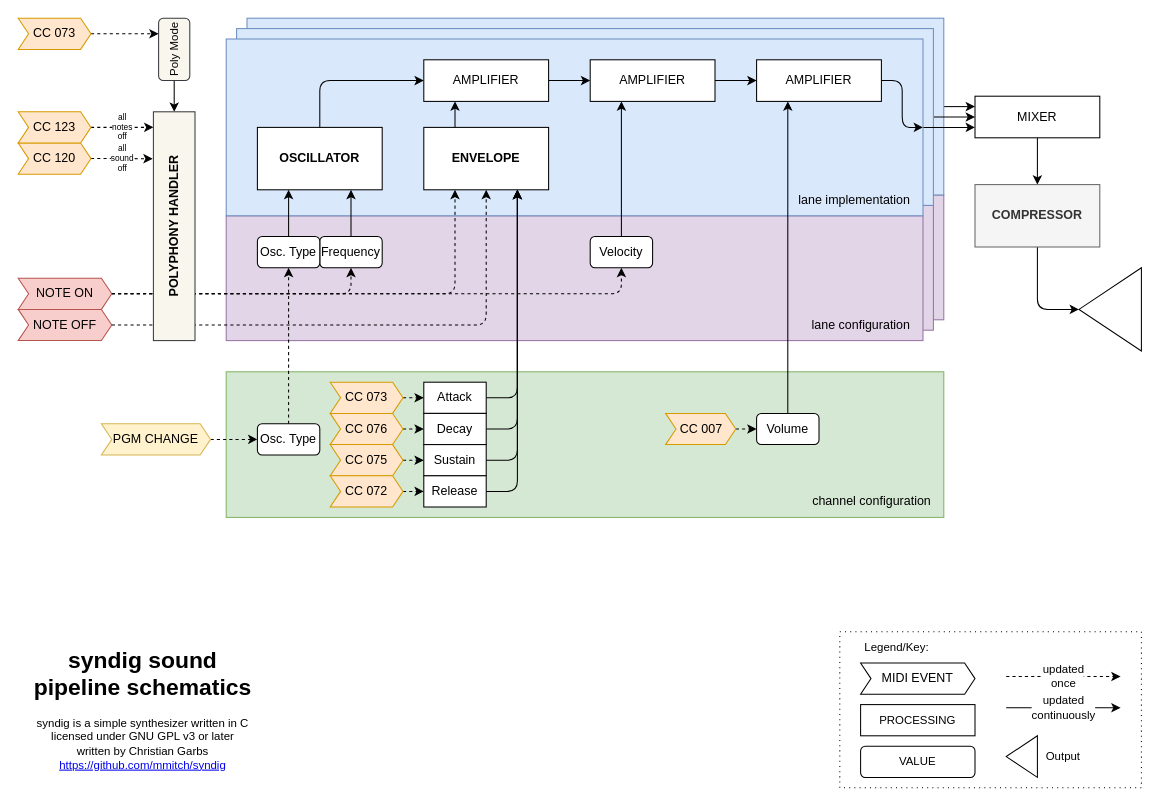
This is schematics/syndig sound pipeline schematics.drawio from mmitch/syndig, a draw.io file, before an edit. Source tidied: cells renumbered, new cells numbered last; positions are measured from the earlier drawing's top-left corner, leaving out a move shared by most shapes. Both pictures are drawn from the tidied source at 104%, with x=0, y=0 at pixel (18, 18).
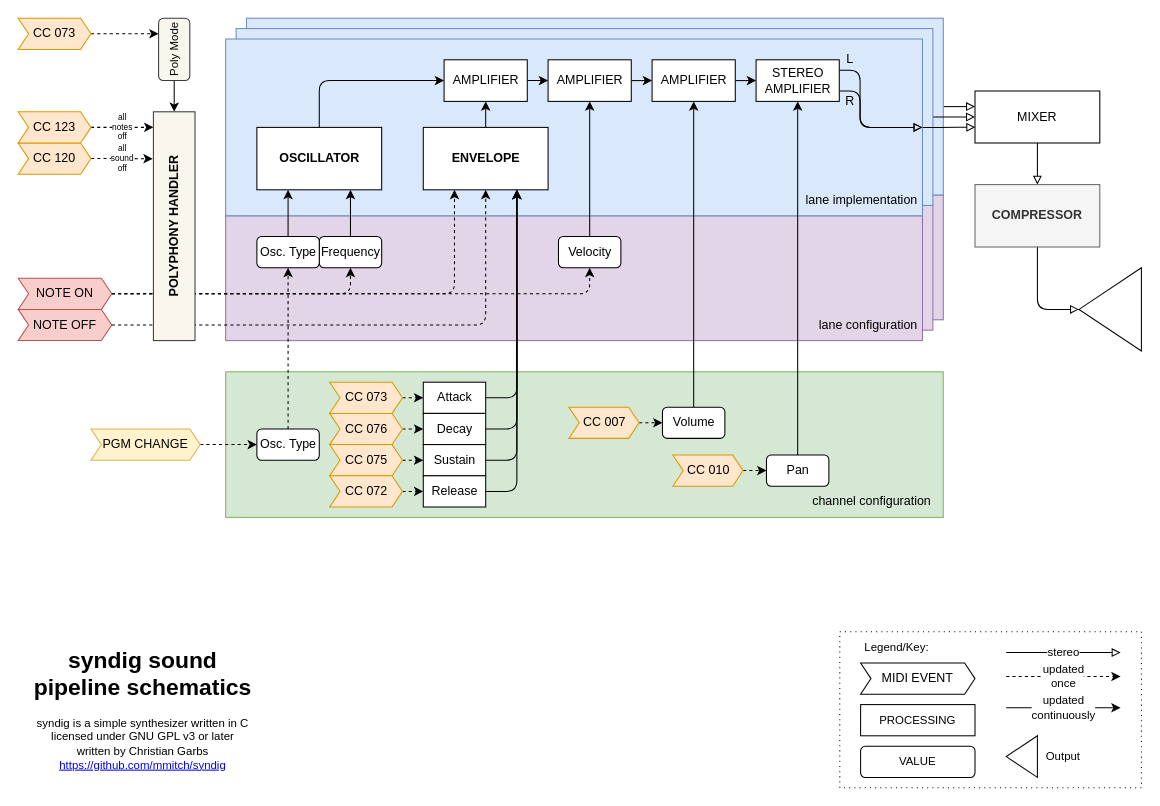
The same page after the edit.

Unchanged cells that the change refers to:
```xml
<mxCell id="68" value="COMPRESSOR" style="whiteSpace=wrap;html=1;fontStyle=1;fillColor=#f5f5f5;strokeColor=#666666;fontColor=#333333;" parent="1" vertex="1">
  <mxGeometry x="920" y="160" width="120" height="60" as="geometry" />
</mxCell>
<mxCell id="69" style="triangle;whiteSpace=wrap;html=1;rounded=0;glass=0;fontSize=8;flipH=1;" parent="1" vertex="1">
  <mxGeometry x="1020" y="240" width="60" height="80" as="geometry" />
</mxCell>
```

Change to the diagram source:
```diff
@@
     <mxCell id="3" style="whiteSpace=wrap;html=1;fontSize=16;fillColor=#e1d5e7;strokeColor=#9673a6;" parent="1" vertex="1">
-      <mxGeometry x="220" y="170" width="670" height="120" as="geometry" />
+      <mxGeometry x="219.5" y="170" width="670" height="120" as="geometry" />
     </mxCell>
     <mxCell id="4" style="whiteSpace=wrap;html=1;fontSize=16;fillColor=#e1d5e7;strokeColor=#9673a6;" parent="1" vertex="1">
-      <mxGeometry x="210" y="180" width="670" height="120" as="geometry" />
+      <mxGeometry x="209.5" y="180" width="670" height="120" as="geometry" />
     </mxCell>
     <mxCell id="5" style="whiteSpace=wrap;html=1;fontSize=16;fillColor=#e1d5e7;strokeColor=#9673a6;glass=0;" parent="1" vertex="1">
-      <mxGeometry x="200" y="190" width="670" height="120" as="geometry" />
+      <mxGeometry x="199.5" y="190" width="670" height="120" as="geometry" />
     </mxCell>
-    <mxCell id="6" style="edgeStyle=orthogonalEdgeStyle;jettySize=auto;html=1;exitX=1;exitY=0.5;exitDx=0;exitDy=0;entryX=0;entryY=0.25;entryDx=0;entryDy=0;" parent="1" edge="1" source="7" target="20">
+    <mxCell id="6" style="edgeStyle=orthogonalEdgeStyle;jettySize=auto;html=1;exitX=1;exitY=0.5;exitDx=0;exitDy=0;entryX=0;entryY=0.3;entryDx=0;entryDy=0;endArrow=block;endFill=0;entryPerimeter=0;" parent="1" edge="1" source="7" target="20">
       <mxGeometry relative="1" as="geometry" />
     </mxCell>
     <mxCell id="7" style="whiteSpace=wrap;html=1;fillColor=#dae8fc;strokeColor=#6c8ebf;" parent="1" vertex="1">
-      <mxGeometry x="220" width="670" height="170" as="geometry" />
+      <mxGeometry x="219.5" width="670" height="170" as="geometry" />
     </mxCell>
-    <mxCell id="8" style="edgeStyle=orthogonalEdgeStyle;jettySize=auto;html=1;exitX=1;exitY=0.5;exitDx=0;exitDy=0;" parent="1" edge="1" source="9" target="20">
+    <mxCell id="8" style="edgeStyle=orthogonalEdgeStyle;jettySize=auto;html=1;exitX=1;exitY=0.5;exitDx=0;exitDy=0;entryX=0;entryY=0.5;entryDx=0;entryDy=0;endArrow=block;endFill=0;" parent="1" edge="1" source="9" target="20">
       <mxGeometry relative="1" as="geometry" />
     </mxCell>
     <mxCell id="9" style="whiteSpace=wrap;html=1;fillColor=#dae8fc;strokeColor=#6c8ebf;" parent="1" vertex="1">
-      <mxGeometry x="210" y="10" width="670" height="170" as="geometry" />
+      <mxGeometry x="209.5" y="10" width="670" height="170" as="geometry" />
     </mxCell>
-    <mxCell id="10" style="edgeStyle=orthogonalEdgeStyle;jettySize=auto;html=1;exitX=1;exitY=0.5;exitDx=0;exitDy=0;entryX=0;entryY=0.75;entryDx=0;entryDy=0;" parent="1" edge="1" source="11" target="20">
+    <mxCell id="10" style="edgeStyle=orthogonalEdgeStyle;jettySize=auto;html=1;exitX=1;exitY=0.5;exitDx=0;exitDy=0;entryX=0.002;entryY=0.696;entryDx=0;entryDy=0;endArrow=block;endFill=0;entryPerimeter=0;" parent="1" edge="1" source="11" target="20">
       <mxGeometry relative="1" as="geometry" />
     </mxCell>
     <mxCell id="11" style="whiteSpace=wrap;html=1;fillColor=#dae8fc;strokeColor=#6c8ebf;" parent="1" vertex="1">
-      <mxGeometry x="200" y="20" width="670" height="170" as="geometry" />
+      <mxGeometry x="199.5" y="20" width="670" height="170" as="geometry" />
     </mxCell>
@@
     <mxCell id="13" value="OSCILLATOR" style="whiteSpace=wrap;html=1;fontStyle=1;" parent="1" vertex="1">
-      <mxGeometry x="230" y="105" width="120" height="60" as="geometry" />
+      <mxGeometry x="229.5" y="105" width="120" height="60" as="geometry" />
     </mxCell>
@@
-    <mxCell id="16" style="edgeStyle=orthogonalEdgeStyle;jettySize=auto;html=1;fontSize=16;entryX=0.25;entryY=1;entryDx=0;entryDy=0;exitX=0.25;exitY=0;exitDx=0;exitDy=0;" parent="1" edge="1" source="17" target="22">
+    <mxCell id="16" style="edgeStyle=orthogonalEdgeStyle;jettySize=auto;html=1;fontSize=16;entryX=0.5;entryY=1;entryDx=0;entryDy=0;exitX=0.5;exitY=0;exitDx=0;exitDy=0;" parent="1" edge="1" source="17" target="22">
       <mxGeometry relative="1" as="geometry" />
     </mxCell>
     <mxCell id="17" value="ENVELOPE" style="whiteSpace=wrap;html=1;fontStyle=1;" parent="1" vertex="1">
-      <mxGeometry x="390" y="105" width="120" height="60" as="geometry" />
+      <mxGeometry x="389.5" y="105" width="120" height="60" as="geometry" />
     </mxCell>
     <mxCell id="18" value="lane implementation" style="text;html=1;strokeColor=none;fillColor=none;align=right;verticalAlign=middle;whiteSpace=wrap;horizontal=1;" parent="1" vertex="1">
-      <mxGeometry x="690" y="160" width="170" height="30" as="geometry" />
+      <mxGeometry x="697" y="160" width="170" height="30" as="geometry" />
     </mxCell>
-    <mxCell id="19" style="edgeStyle=orthogonalEdgeStyle;rounded=0;jettySize=auto;html=1;fontSize=8;" parent="1" edge="1" source="20" target="68">
+    <mxCell id="19" style="edgeStyle=orthogonalEdgeStyle;rounded=0;jettySize=auto;html=1;fontSize=8;endArrow=block;endFill=0;" parent="1" edge="1" source="20" target="68">
       <mxGeometry relative="1" as="geometry" />
     </mxCell>
     <mxCell id="20" value="MIXER" style="whiteSpace=wrap;html=1;" parent="1" vertex="1">
-      <mxGeometry x="920" y="75" width="120" height="40" as="geometry" />
+      <mxGeometry x="920" y="70" width="120" height="50" as="geometry" />
     </mxCell>
@@
     <mxCell id="22" value="AMPLIFIER" style="whiteSpace=wrap;html=1;" parent="1" vertex="1">
-      <mxGeometry x="390" y="40" width="120" height="40" as="geometry" />
+      <mxGeometry x="409.5" y="40" width="80" height="40" as="geometry" />
     </mxCell>
@@
     <mxCell id="24" value="AMPLIFIER" style="whiteSpace=wrap;html=1;" parent="1" vertex="1">
-      <mxGeometry x="550" y="40" width="120" height="40" as="geometry" />
+      <mxGeometry x="509.5" y="40" width="80" height="40" as="geometry" />
     </mxCell>
     <mxCell id="25" style="whiteSpace=wrap;html=1;fontSize=16;fillColor=#d5e8d4;strokeColor=#82b366;" parent="1" vertex="1">
-      <mxGeometry x="200" y="340" width="690" height="140" as="geometry" />
+      <mxGeometry x="199.5" y="340" width="690" height="140" as="geometry" />
     </mxCell>
-    <mxCell id="26" style="edgeStyle=orthogonalEdgeStyle;jettySize=auto;html=1;exitX=0.5;exitY=0;exitDx=0;exitDy=0;entryX=0.25;entryY=1;entryDx=0;entryDy=0;fontSize=16;" parent="1" edge="1" source="27" target="33">
+    <mxCell id="26" style="edgeStyle=orthogonalEdgeStyle;jettySize=auto;html=1;exitX=0.5;exitY=0;exitDx=0;exitDy=0;entryX=0.5;entryY=1;entryDx=0;entryDy=0;fontSize=16;" parent="1" edge="1" source="27" target="33">
       <mxGeometry relative="1" as="geometry" />
     </mxCell>
     <mxCell id="27" value="Volume" style="whiteSpace=wrap;html=1;fontSize=12;glass=0;rounded=1;" parent="1" vertex="1">
-      <mxGeometry x="710" y="380" width="60" height="30" as="geometry" />
+      <mxGeometry x="619.5" y="374" width="60" height="30" as="geometry" />
     </mxCell>
-    <mxCell id="28" style="edgeStyle=orthogonalEdgeStyle;jettySize=auto;html=1;entryX=0.25;entryY=1;entryDx=0;entryDy=0;" parent="1" edge="1" source="29" target="24">
+    <mxCell id="28" style="edgeStyle=orthogonalEdgeStyle;jettySize=auto;html=1;entryX=0.5;entryY=1;entryDx=0;entryDy=0;" parent="1" edge="1" source="29" target="24">
       <mxGeometry relative="1" as="geometry" />
     </mxCell>
     <mxCell id="29" value="Velocity" style="whiteSpace=wrap;html=1;fontSize=12;rounded=1;" parent="1" vertex="1">
-      <mxGeometry x="550" y="210" width="60" height="30" as="geometry" />
+      <mxGeometry x="519.5" y="210" width="60" height="30" as="geometry" />
     </mxCell>
@@
     <mxCell id="31" value="Frequency" style="whiteSpace=wrap;html=1;fontSize=12;rounded=1;" parent="1" vertex="1">
-      <mxGeometry x="290" y="210" width="60" height="30" as="geometry" />
+      <mxGeometry x="289.5" y="210" width="60" height="30" as="geometry" />
     </mxCell>
-    <mxCell id="32" style="edgeStyle=orthogonalEdgeStyle;jettySize=auto;html=1;exitX=1;exitY=0.5;exitDx=0;exitDy=0;entryX=1;entryY=0.5;entryDx=0;entryDy=0;fontSize=12;" parent="1" edge="1" source="33" target="11">
+    <mxCell id="32" style="edgeStyle=orthogonalEdgeStyle;jettySize=auto;html=1;exitX=1;exitY=0.5;exitDx=0;exitDy=0;entryX=0;entryY=0.5;entryDx=0;entryDy=0;fontSize=12;" parent="1" edge="1" source="33" target="92">
       <mxGeometry relative="1" as="geometry" />
     </mxCell>
     <mxCell id="33" value="AMPLIFIER" style="whiteSpace=wrap;html=1;" parent="1" vertex="1">
-      <mxGeometry x="710" y="40" width="120" height="40" as="geometry" />
+      <mxGeometry x="609.5" y="40" width="80" height="40" as="geometry" />
     </mxCell>
@@
     <mxCell id="35" value="Osc. Type" style="whiteSpace=wrap;html=1;fontSize=12;glass=0;rounded=1;" parent="1" vertex="1">
-      <mxGeometry x="230" y="210" width="60" height="30" as="geometry" />
+      <mxGeometry x="229.5" y="210" width="60" height="30" as="geometry" />
     </mxCell>
@@
     <mxCell id="37" value="Osc. Type" style="whiteSpace=wrap;html=1;fontSize=12;glass=0;rounded=1;" parent="1" vertex="1">
-      <mxGeometry x="230" y="390" width="60" height="30" as="geometry" />
+      <mxGeometry x="229.5" y="395" width="60" height="30" as="geometry" />
     </mxCell>
@@
-    <mxCell id="39" style="edgeStyle=orthogonalEdgeStyle;jettySize=auto;html=1;exitX=1;exitY=0.5;exitDx=0;exitDy=0;dashed=1;" parent="1" edge="1" source="40">
-      <mxGeometry relative="1" as="geometry">
-        <mxPoint x="710" y="395" as="targetPoint" />
-      </mxGeometry>
-    </mxCell>
+    <mxCell id="85" style="edgeStyle=orthogonalEdgeStyle;rounded=1;jettySize=auto;html=1;exitX=1;exitY=0.5;exitDx=0;exitDy=0;entryX=0;entryY=0.5;entryDx=0;entryDy=0;endArrow=classic;endFill=1;dashed=1;" parent="1" edge="1" source="40" target="27">
+      <mxGeometry relative="1" as="geometry" />
+    </mxCell>
     <mxCell id="40" value="CC 007" style="shape=step;perimeter=stepPerimeter;whiteSpace=wrap;html=1;fixedSize=1;size=10;fillColor=#ffe6cc;strokeColor=#d79b00;" parent="1" vertex="1">
-      <mxGeometry x="622.5" y="380" width="67.5" height="30" as="geometry" />
+      <mxGeometry x="529.5" y="374" width="67.5" height="30" as="geometry" />
     </mxCell>
@@
     <mxCell id="42" value="PGM CHANGE" style="shape=step;perimeter=stepPerimeter;whiteSpace=wrap;html=1;fixedSize=1;size=10;fillColor=#fff2cc;strokeColor=#d6b656;" parent="1" vertex="1">
-      <mxGeometry x="80" y="390" width="105" height="30" as="geometry" />
+      <mxGeometry x="70" y="395" width="105" height="30" as="geometry" />
     </mxCell>
@@
     <mxCell id="44" value="Attack" style="whiteSpace=wrap;html=1;fontSize=12;" parent="1" vertex="1">
-      <mxGeometry x="390" y="350" width="60" height="30" as="geometry" />
+      <mxGeometry x="389.5" y="350" width="60" height="30" as="geometry" />
     </mxCell>
@@
     <mxCell id="46" value="Decay" style="whiteSpace=wrap;html=1;fontSize=12;" parent="1" vertex="1">
-      <mxGeometry x="390" y="380" width="60" height="30" as="geometry" />
+      <mxGeometry x="389.5" y="380" width="60" height="30" as="geometry" />
     </mxCell>
@@
     <mxCell id="48" value="Sustain" style="whiteSpace=wrap;html=1;fontSize=12;" parent="1" vertex="1">
-      <mxGeometry x="390" y="410" width="60" height="30" as="geometry" />
+      <mxGeometry x="389.5" y="410" width="60" height="30" as="geometry" />
     </mxCell>
@@
     <mxCell id="50" value="Release" style="whiteSpace=wrap;html=1;fontSize=12;" parent="1" vertex="1">
-      <mxGeometry x="390" y="440" width="60" height="30" as="geometry" />
+      <mxGeometry x="389.5" y="440" width="60" height="30" as="geometry" />
     </mxCell>
@@
     <mxCell id="52" value="CC 073" style="shape=step;perimeter=stepPerimeter;whiteSpace=wrap;html=1;fixedSize=1;size=10;fillColor=#ffe6cc;strokeColor=#d79b00;" parent="1" vertex="1">
-      <mxGeometry x="300" y="350" width="70" height="30" as="geometry" />
+      <mxGeometry x="299.5" y="350" width="70" height="30" as="geometry" />
     </mxCell>
@@
     <mxCell id="54" value="CC 076" style="shape=step;perimeter=stepPerimeter;whiteSpace=wrap;html=1;fixedSize=1;size=10;fillColor=#ffe6cc;strokeColor=#d79b00;" parent="1" vertex="1">
-      <mxGeometry x="300" y="380" width="70" height="30" as="geometry" />
+      <mxGeometry x="299.5" y="380" width="70" height="30" as="geometry" />
     </mxCell>
@@
     <mxCell id="56" value="CC 075" style="shape=step;perimeter=stepPerimeter;whiteSpace=wrap;html=1;fixedSize=1;size=10;fillColor=#ffe6cc;strokeColor=#d79b00;" parent="1" vertex="1">
-      <mxGeometry x="300" y="410" width="70" height="30" as="geometry" />
+      <mxGeometry x="299.5" y="410" width="70" height="30" as="geometry" />
     </mxCell>
@@
     <mxCell id="58" value="CC 072" style="shape=step;perimeter=stepPerimeter;whiteSpace=wrap;html=1;fixedSize=1;size=10;fillColor=#ffe6cc;strokeColor=#d79b00;" parent="1" vertex="1">
-      <mxGeometry x="300" y="440" width="70" height="30" as="geometry" />
+      <mxGeometry x="299.5" y="440" width="70" height="30" as="geometry" />
     </mxCell>
@@
-    <mxCell id="67" style="edgeStyle=orthogonalEdgeStyle;jettySize=auto;html=1;exitX=0.5;exitY=1;exitDx=0;exitDy=0;entryX=0;entryY=0.5;entryDx=0;entryDy=0;fontSize=8;rounded=1;" parent="1" edge="1" source="68" target="69">
+    <mxCell id="67" style="edgeStyle=orthogonalEdgeStyle;jettySize=auto;html=1;exitX=0.5;exitY=1;exitDx=0;exitDy=0;entryX=0;entryY=0.5;entryDx=0;entryDy=0;fontSize=8;rounded=1;endArrow=block;endFill=0;" parent="1" edge="1" source="68" target="69">
       <mxGeometry relative="1" as="geometry" />
     </mxCell>
@@
     <mxCell id="74" value="lane configuration" style="text;html=1;strokeColor=none;fillColor=none;align=right;verticalAlign=middle;whiteSpace=wrap;horizontal=1;shadow=0;labelBorderColor=none;" parent="1" vertex="1">
-      <mxGeometry x="710" y="280" width="150" height="30" as="geometry" />
+      <mxGeometry x="717" y="280" width="150" height="30" as="geometry" />
     </mxCell>
     <mxCell id="75" value="channel configuration" style="text;html=1;strokeColor=none;fillColor=none;align=right;verticalAlign=middle;whiteSpace=wrap;horizontal=1;" parent="1" vertex="1">
-      <mxGeometry x="740" y="450" width="140" height="30" as="geometry" />
+      <mxGeometry x="739.5" y="450" width="140" height="30" as="geometry" />
     </mxCell>
@@
+    <mxCell id="86" style="edgeStyle=orthogonalEdgeStyle;rounded=1;jettySize=auto;html=1;exitX=0.5;exitY=0;exitDx=0;exitDy=0;entryX=0.5;entryY=1;entryDx=0;entryDy=0;endArrow=classic;endFill=1;" parent="1" edge="1" source="87" target="92">
+      <mxGeometry relative="1" as="geometry" />
+    </mxCell>
+    <mxCell id="87" value="Pan" style="whiteSpace=wrap;html=1;fontSize=12;glass=0;rounded=1;" parent="1" vertex="1">
+      <mxGeometry x="719.5" y="420" width="60" height="30" as="geometry" />
+    </mxCell>
+    <mxCell id="88" style="edgeStyle=orthogonalEdgeStyle;jettySize=auto;html=1;exitX=1;exitY=0.5;exitDx=0;exitDy=0;dashed=1;entryX=0;entryY=0.5;entryDx=0;entryDy=0;" parent="1" edge="1" source="89" target="87">
+      <mxGeometry relative="1" as="geometry" />
+    </mxCell>
+    <mxCell id="89" value="CC 010" style="shape=step;perimeter=stepPerimeter;whiteSpace=wrap;html=1;fixedSize=1;size=10;fillColor=#ffe6cc;strokeColor=#d79b00;" parent="1" vertex="1">
+      <mxGeometry x="629.5" y="420" width="67.5" height="30" as="geometry" />
+    </mxCell>
+    <mxCell id="90" style="edgeStyle=orthogonalEdgeStyle;rounded=1;jettySize=auto;html=1;exitX=1;exitY=0.75;exitDx=0;exitDy=0;entryX=1;entryY=0.5;entryDx=0;entryDy=0;endArrow=block;endFill=0;" parent="1" edge="1" source="92" target="11">
+      <mxGeometry relative="1" as="geometry" />
+    </mxCell>
+    <mxCell id="91" style="edgeStyle=orthogonalEdgeStyle;rounded=1;jettySize=auto;html=1;exitX=1;exitY=0.25;exitDx=0;exitDy=0;entryX=1;entryY=0.5;entryDx=0;entryDy=0;endArrow=block;endFill=0;" parent="1" edge="1" source="92" target="11">
+      <mxGeometry relative="1" as="geometry" />
+    </mxCell>
+    <mxCell id="92" value="STEREO AMPLIFIER" style="whiteSpace=wrap;html=1;" parent="1" vertex="1">
+      <mxGeometry x="709.5" y="40" width="80" height="40" as="geometry" />
+    </mxCell>
+    <mxCell id="93" value="stereo" style="edgeStyle=orthogonalEdgeStyle;rounded=1;orthogonalLoop=1;jettySize=auto;html=1;fontSize=11;fontStyle=0;sketch=0;endArrow=block;endFill=0;" parent="1" edge="1">
+      <mxGeometry relative="1" as="geometry">
+        <mxPoint x="950" y="610" as="sourcePoint" />
+        <mxPoint x="1060" y="610" as="targetPoint" />
+        <Array as="points">
+          <mxPoint x="1005" y="609.6" />
+          <mxPoint x="1005" y="609.6" />
+        </Array>
+      </mxGeometry>
+    </mxCell>
+    <mxCell id="94" value="L" style="text;html=1;strokeColor=none;fillColor=none;align=center;verticalAlign=middle;whiteSpace=wrap;rounded=0;" parent="1" vertex="1">
+      <mxGeometry x="790" y="30" width="20" height="20" as="geometry" />
+    </mxCell>
+    <mxCell id="95" value="R" style="text;html=1;strokeColor=none;fillColor=none;align=center;verticalAlign=middle;whiteSpace=wrap;rounded=0;" parent="1" vertex="1">
+      <mxGeometry x="789.5" y="70" width="20" height="20" as="geometry" />
+    </mxCell>
```
